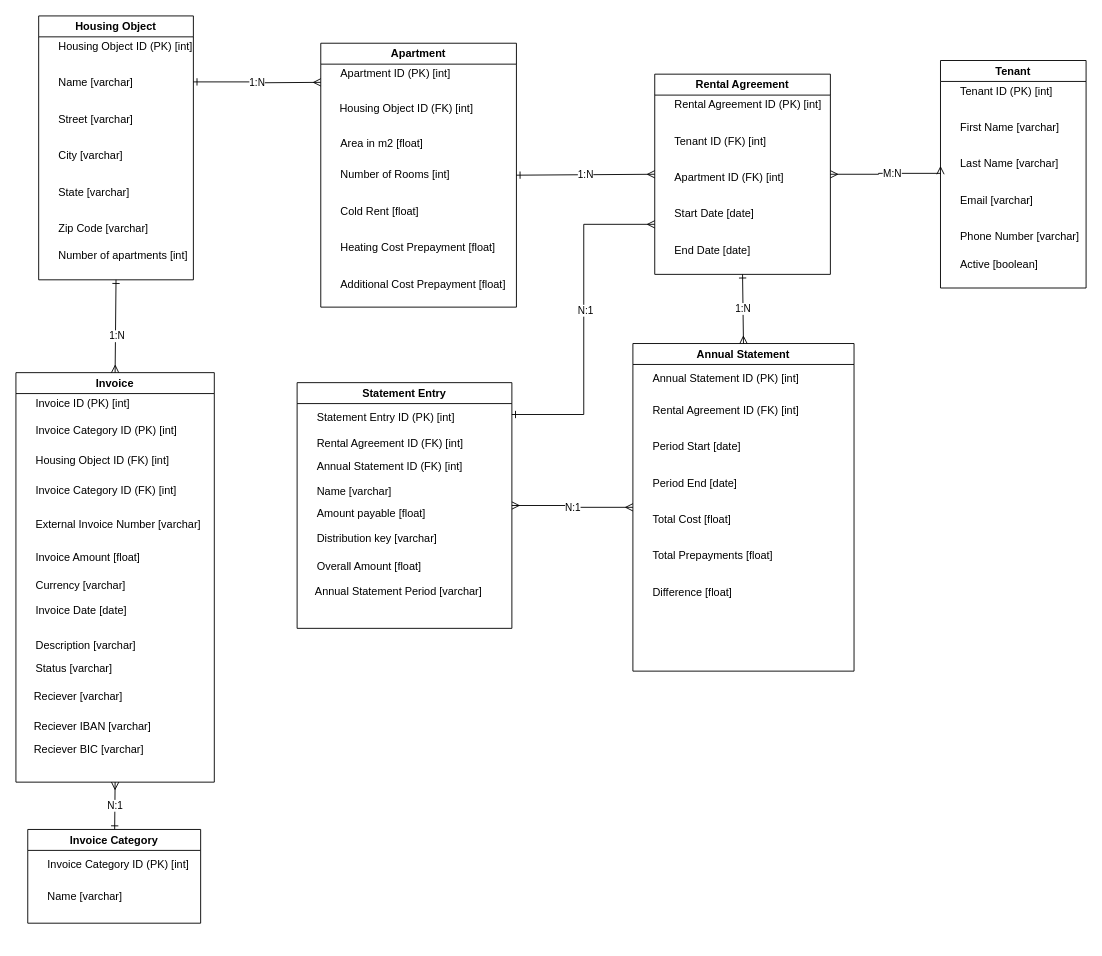
Above: docs/ERM-Tenant-Management.drawio in Ainges/DPE-2024-Backend (draw.io), before the change. Source tidied: cells renumbered, new cells numbered last; positions are measured from the earlier drawing's top-left corner, leaving out a move shared by most shapes. Both pictures are drawn from the tidied source at 91%, with x=0, y=0 at pixel (15, 15).
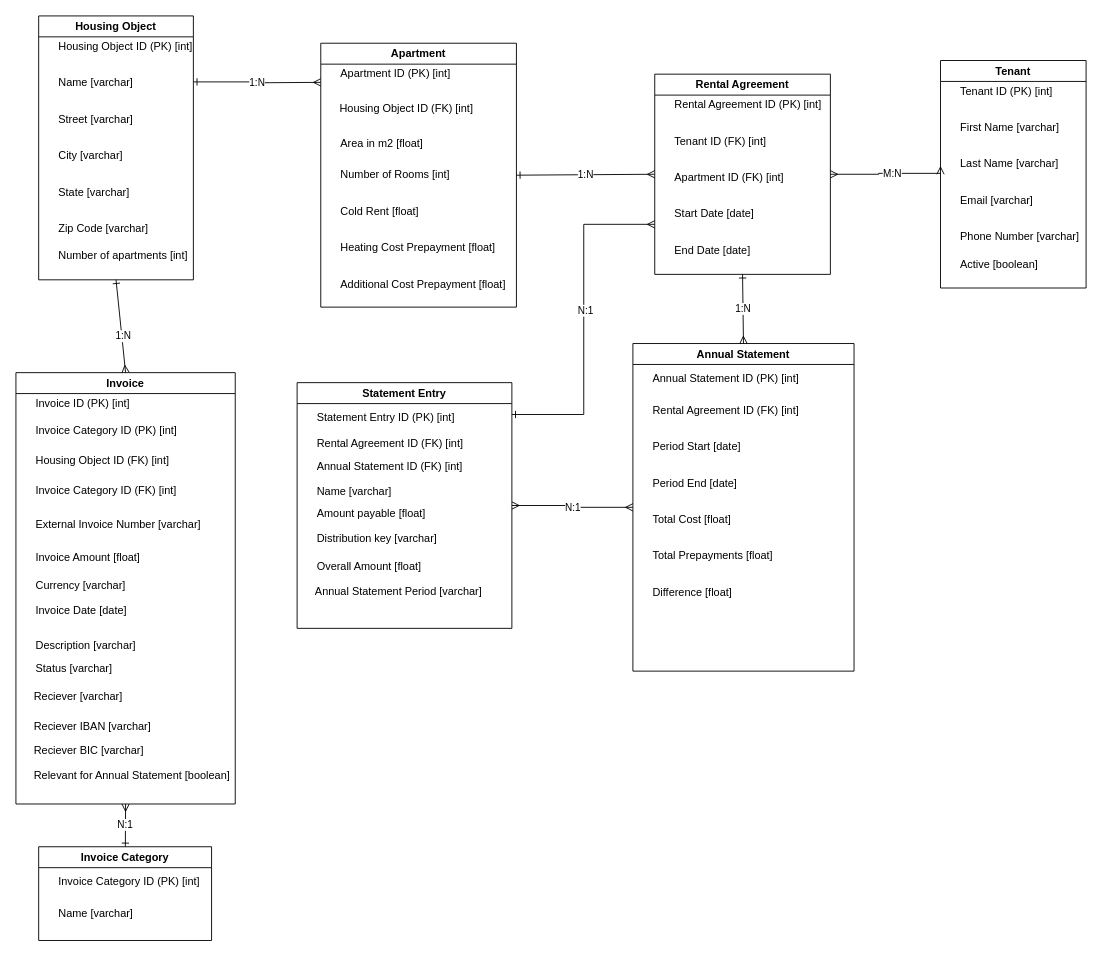
The same diagram, later.

The edit, as a diff of the source:
```diff
@@
     <mxCell id="31" value="Invoice" style="swimlane;whiteSpace=wrap;html=1;" parent="1" vertex="1">
-      <mxGeometry y="392" width="218" height="450" as="geometry" />
+      <mxGeometry y="392" width="241" height="474" as="geometry" />
     </mxCell>
@@
-    <mxCell id="42" value="Reciever BIC [varchar]" style="text;" parent="31" vertex="1">
-      <mxGeometry x="18" y="401" width="120" height="30" as="geometry" />
-    </mxCell>
@@
+    <mxCell id="42" value="Relevant for Annual Statement [boolean]" style="text;" parent="31" vertex="1">
+      <mxGeometry x="18" y="429" width="120" height="30" as="geometry" />
+    </mxCell>
+    <mxCell id="75" value="Reciever BIC [varchar]" style="text;" parent="31" vertex="1">
+      <mxGeometry x="18" y="402" width="120" height="30" as="geometry" />
+    </mxCell>
@@
     <mxCell id="72" value="Invoice Category" style="swimlane;whiteSpace=wrap;html=1;" parent="1" vertex="1">
-      <mxGeometry x="13" y="894" width="190" height="103" as="geometry" />
+      <mxGeometry x="25" y="913" width="190" height="103" as="geometry" />
     </mxCell>
```
